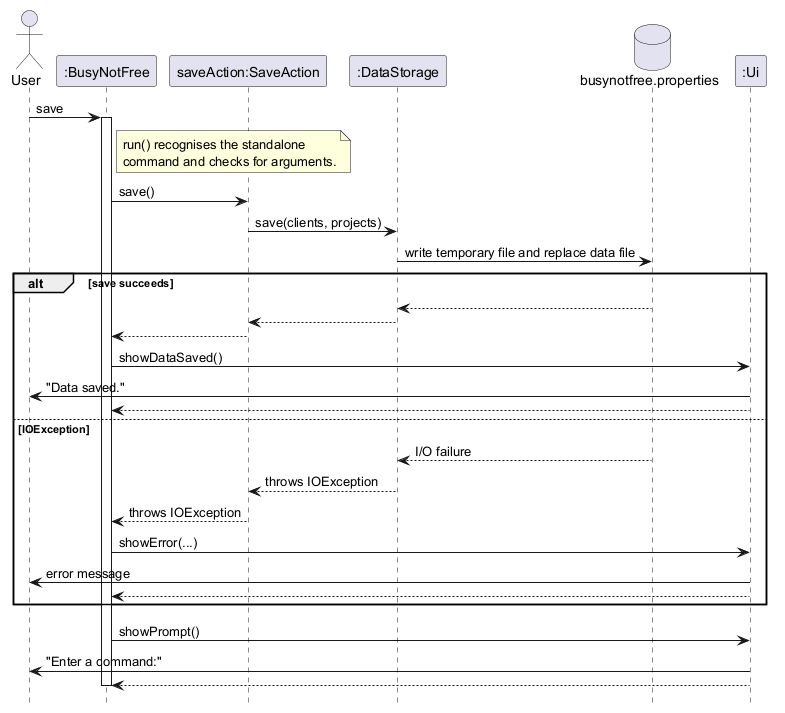
The PlantUML diagram docs/images/SaveCommandSequenceDiagram.png in AY2627S1-CS2113-T10-3/tp, before a commit.
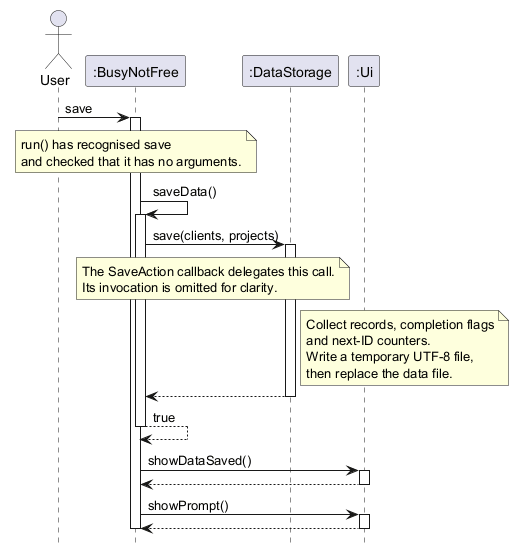
Later version of the same file.

Commit message:
docs: correct task completion and persistence UML scenarios

Diff of the diagram source:
```diff
@@ -3,37 +3,38 @@
 
 actor User
 participant ":BusyNotFree" as App
-participant "saveAction:SaveAction" as Action
 participant ":DataStorage" as Storage
-database "busynotfree.properties" as File
 participant ":Ui" as UI
 
 User -> App : save
 activate App
-note right of App : run() recognises the standalone\ncommand and checks for arguments.
-App -> Action : save()
-Action -> Storage : save(clients, projects)
-Storage -> File : write temporary file and replace data file
-
-alt save succeeds
-    File --> Storage
-    Storage --> Action
-    Action --> App
-    App -> UI : showDataSaved()
-    UI -> User : "Data saved."
-    UI --> App
-else IOException
-    File --> Storage : I/O failure
-    Storage --> Action : throws IOException
-    Action --> App : throws IOException
-    App -> UI : showError(...)
-    UI -> User : error message
-    UI --> App
-end
-
+note over App : run() has recognised save\nand checked that it has no arguments.
+App -> App : saveData()
+activate App
+App -> Storage : save(clients, projects)
+activate Storage
+note over App, Storage
+  The SaveAction callback delegates this call.
+  Its invocation is omitted for clarity.
+end note
+note right of Storage
+  Collect records, completion flags
+  and next-ID counters.
+  Write a temporary UTF-8 file,
+  then replace the data file.
+end note
+Storage --> App
+deactivate Storage
+App --> App : true
+deactivate App
+App -> UI : showDataSaved()
+activate UI
+UI --> App
+deactivate UI
 App -> UI : showPrompt()
-UI -> User : "Enter a command:"
+activate UI
 UI --> App
+deactivate UI
 deactivate App
 
 @enduml
```
